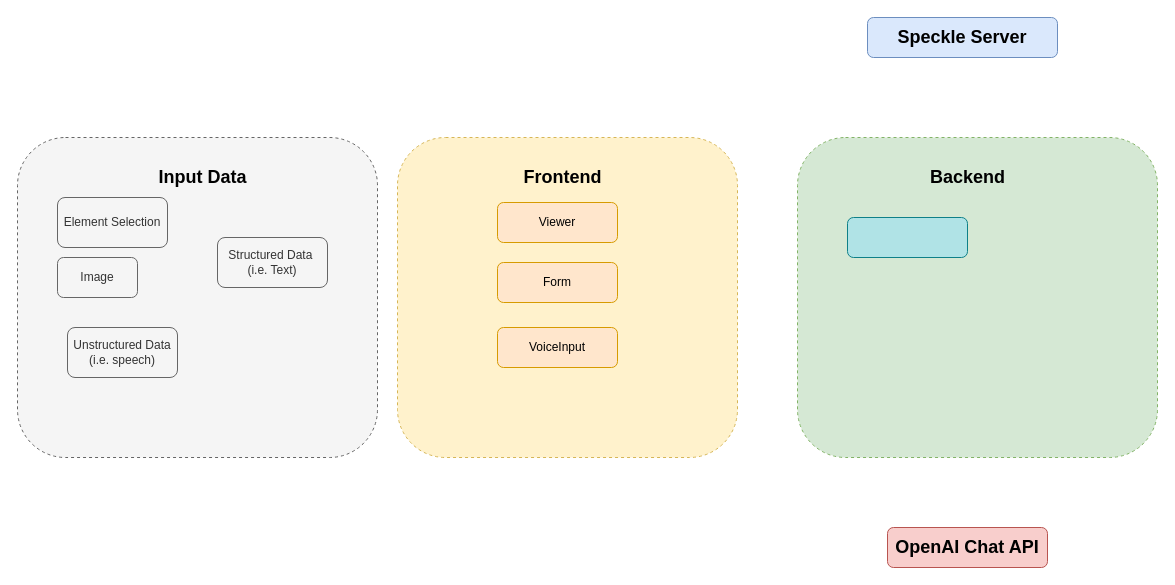
kaison428/SpeckleClashConcrete keeps this draw.io diagram as Untitled Diagram.drawio. Above is the earlier version. Source tidied: cells renumbered, new cells numbered last; positions are measured from the earlier drawing's top-left corner, leaving out a move shared by most shapes. Both pictures are drawn from the tidied source at 100%, with x=0, y=0 at pixel (17, 17).
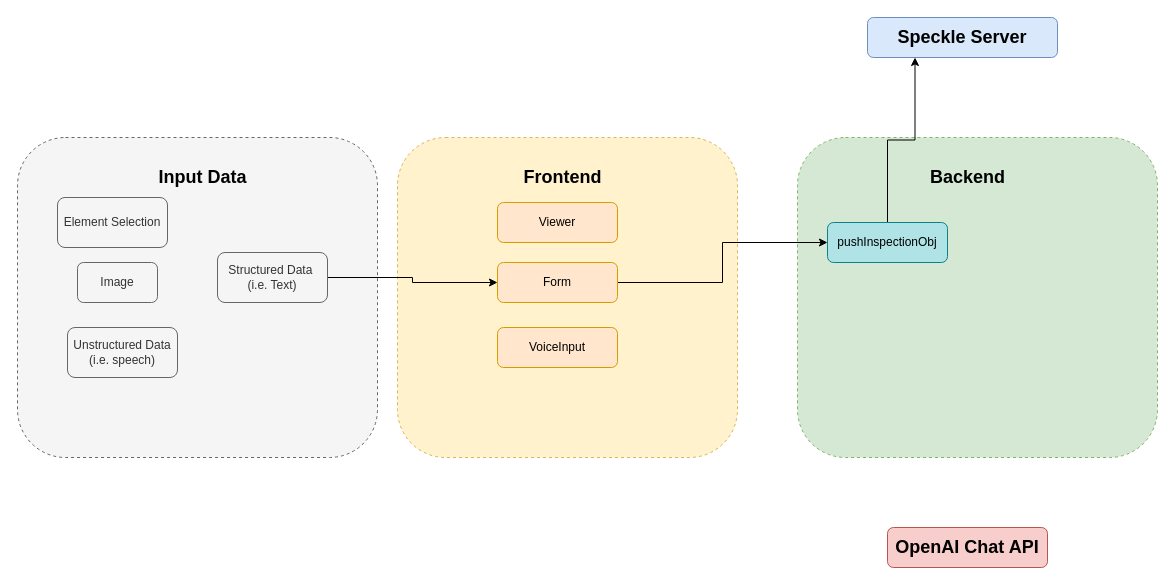
The same diagram, later.

Unchanged cells that the change refers to:
```xml
<mxCell id="5" value="Speckle Server" style="rounded=1;whiteSpace=wrap;html=1;fontSize=18;glass=0;strokeWidth=1;shadow=0;fillColor=#dae8fc;strokeColor=#6c8ebf;fontStyle=1;" parent="1" vertex="1">
  <mxGeometry x="850" width="190" height="40" as="geometry" />
</mxCell>
<mxCell id="14" value="Form" style="rounded=1;whiteSpace=wrap;html=1;fontSize=12;glass=0;strokeWidth=1;shadow=0;fillColor=#ffe6cc;strokeColor=#d79b00;" parent="1" vertex="1">
  <mxGeometry x="480" y="245" width="120" height="40" as="geometry" />
</mxCell>
```

The edit, as a diff of the source:
```diff
@@
+    <mxCell id="18" style="edgeStyle=orthogonalEdgeStyle;rounded=0;jettySize=auto;html=1;entryX=0.25;entryY=1;entryDx=0;entryDy=0;" parent="1" edge="1" source="6" target="5">
+      <mxGeometry relative="1" as="geometry" />
+    </mxCell>
-    <mxCell id="6" style="rounded=1;whiteSpace=wrap;html=1;fontSize=12;glass=0;strokeWidth=1;shadow=0;fillColor=#b0e3e6;strokeColor=#0e8088;" parent="1" vertex="1">
-      <mxGeometry x="830" y="200" width="120" height="40" as="geometry" />
+    <mxCell id="6" value="pushInspectionObj" style="rounded=1;whiteSpace=wrap;html=1;fontSize=12;glass=0;strokeWidth=1;shadow=0;fillColor=#b0e3e6;strokeColor=#0e8088;" parent="1" vertex="1">
+      <mxGeometry x="810" y="205" width="120" height="40" as="geometry" />
     </mxCell>
@@
     <mxCell id="13" value="Image" style="rounded=1;whiteSpace=wrap;html=1;fontSize=12;glass=0;strokeWidth=1;shadow=0;fillColor=#f5f5f5;strokeColor=#666666;fontColor=#333333;" parent="1" vertex="1">
-      <mxGeometry x="40" y="240" width="80" height="40" as="geometry" />
+      <mxGeometry x="60" y="245" width="80" height="40" as="geometry" />
     </mxCell>
+    <mxCell id="19" style="edgeStyle=orthogonalEdgeStyle;rounded=0;jettySize=auto;html=1;exitX=1;exitY=0.5;exitDx=0;exitDy=0;entryX=0;entryY=0.5;entryDx=0;entryDy=0;" parent="1" edge="1" source="14" target="6">
+      <mxGeometry relative="1" as="geometry" />
+    </mxCell>
@@
+    <mxCell id="20" style="edgeStyle=orthogonalEdgeStyle;rounded=0;jettySize=auto;html=1;exitX=1;exitY=0.5;exitDx=0;exitDy=0;" parent="1" edge="1" source="16" target="14">
+      <mxGeometry relative="1" as="geometry" />
+    </mxCell>
     <mxCell id="16" value="Structured Data&amp;nbsp;&lt;div&gt;(i.e. Text)&lt;/div&gt;" style="rounded=1;whiteSpace=wrap;html=1;fontSize=12;glass=0;strokeWidth=1;shadow=0;fillColor=#f5f5f5;strokeColor=#666666;fontColor=#333333;" parent="1" vertex="1">
-      <mxGeometry x="200" y="220" width="110" height="50" as="geometry" />
+      <mxGeometry x="200" y="235" width="110" height="50" as="geometry" />
     </mxCell>
```
